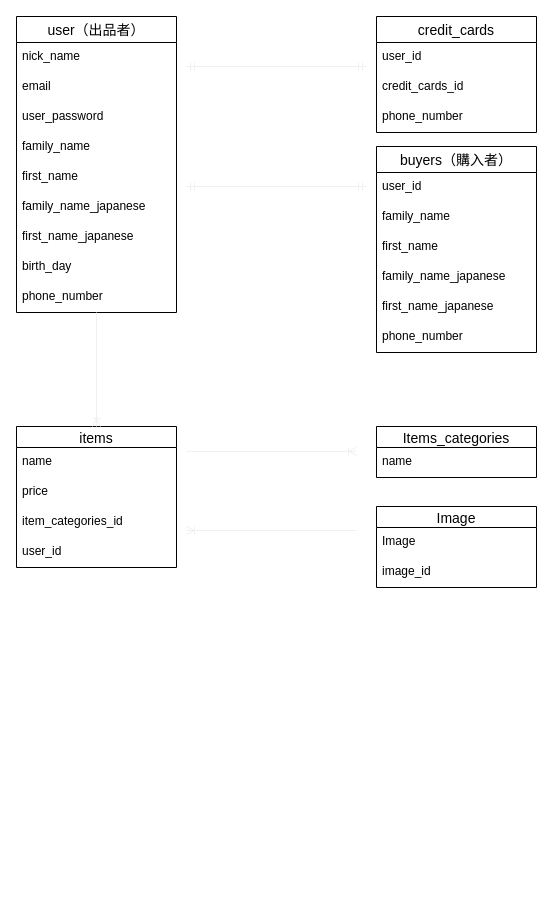
The draw.io diagram test.dio in InuiRyoutaro/furima-34280, before the edit. Source tidied: cells renumbered, new cells numbered last; positions are measured from the earlier drawing's top-left corner, leaving out a move shared by most shapes. Both pictures are drawn from the tidied source at 100%, with x=0, y=0 at pixel (16, 16).
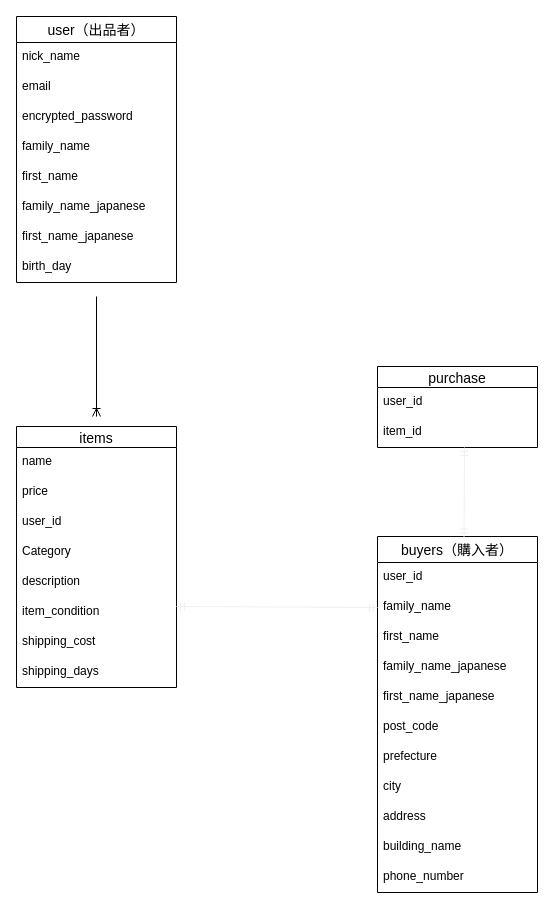
The same page after the edit.

Commit message (it also covers changes not shown here):
ER図及びREADME修正

The change refers to these unchanged cells:
```xml
<mxCell id="24" value="family_name" style="text;strokeColor=none;fillColor=none;spacingLeft=4;spacingRight=4;overflow=hidden;points=[[0,0.5],[1,0.5]];portConstraint=eastwest;fontSize=12;" parent="22" vertex="1">
  <mxGeometry y="56" width="160" height="30" as="geometry" />
</mxCell>
```

Change to the diagram source:
```diff
@@
-    <mxCell id="2" value="credit_cards" style="swimlane;fontStyle=0;horizontal=1;startSize=26;align=center;fontSize=14;" parent="1" vertex="1">
-      <mxGeometry x="360" width="160" height="116" as="geometry" />
-    </mxCell>
-    <mxCell id="3" value="user_id " style="text;strokeColor=none;fillColor=none;spacingLeft=4;spacingRight=4;overflow=hidden;fontSize=12;" parent="2" vertex="1">
-      <mxGeometry y="26" width="160" height="30" as="geometry" />
-    </mxCell>
-    <mxCell id="4" value="credit_cards_id" style="text;strokeColor=none;fillColor=none;spacingLeft=4;spacingRight=4;overflow=hidden;fontSize=12;" parent="2" vertex="1">
-      <mxGeometry y="56" width="160" height="30" as="geometry" />
-    </mxCell>
-    <mxCell id="5" value="phone_number " style="text;strokeColor=none;fillColor=none;spacingLeft=4;spacingRight=4;overflow=hidden;fontSize=12;" parent="2" vertex="1">
-      <mxGeometry y="86" width="160" height="30" as="geometry" />
-    </mxCell>
     <mxCell id="6" value="user（出品者）" style="swimlane;fontStyle=0;horizontal=1;startSize=26;align=center;fontSize=14;" parent="1" vertex="1">
-      <mxGeometry width="160" height="296" as="geometry" />
+      <mxGeometry width="160" height="266" as="geometry" />
     </mxCell>
@@
-    <mxCell id="9" value="user_password" style="text;strokeColor=none;fillColor=none;spacingLeft=4;spacingRight=4;overflow=hidden;fontSize=12;" parent="6" vertex="1">
+    <mxCell id="9" value="encrypted_password" style="text;strokeColor=none;fillColor=none;spacingLeft=4;spacingRight=4;overflow=hidden;fontSize=12;" parent="6" vertex="1">
       <mxGeometry y="86" width="160" height="30" as="geometry" />
     </mxCell>
@@
-    <mxCell id="15" value="phone_number" style="text;strokeColor=none;fillColor=none;spacingLeft=4;spacingRight=4;overflow=hidden;fontSize=12;" parent="6" vertex="1">
-      <mxGeometry y="266" width="160" height="30" as="geometry" />
-    </mxCell>
@@
     <mxCell id="17" value="items" style="swimlane;fontStyle=0;horizontal=1;startSize=21;align=center;fontSize=14;" parent="1" vertex="1">
-      <mxGeometry y="410" width="160" height="141" as="geometry" />
+      <mxGeometry y="410" width="160" height="261" as="geometry" />
     </mxCell>
@@
-    <mxCell id="20" value="item_categories_id " style="text;strokeColor=none;fillColor=none;spacingLeft=4;spacingRight=4;overflow=hidden;fontSize=12;" parent="17" vertex="1">
-      <mxGeometry y="81" width="160" height="30" as="geometry" />
-    </mxCell>
     <mxCell id="21" value="user_id &#10;" style="text;strokeColor=none;fillColor=none;spacingLeft=4;spacingRight=4;overflow=hidden;fontSize=12;" parent="17" vertex="1">
-      <mxGeometry y="111" width="160" height="30" as="geometry" />
+      <mxGeometry y="81" width="160" height="30" as="geometry" />
     </mxCell>
+    <mxCell id="39" value="Category" style="text;strokeColor=none;fillColor=none;spacingLeft=4;spacingRight=4;overflow=hidden;fontSize=12;" parent="17" vertex="1">
+      <mxGeometry y="111" width="160" height="30" as="geometry" />
+    </mxCell>
+    <mxCell id="40" value="description" style="text;strokeColor=none;fillColor=none;spacingLeft=4;spacingRight=4;overflow=hidden;fontSize=12;" parent="17" vertex="1">
+      <mxGeometry y="141" width="160" height="30" as="geometry" />
+    </mxCell>
+    <mxCell id="41" value="item_condition" style="text;strokeColor=none;fillColor=none;spacingLeft=4;spacingRight=4;overflow=hidden;fontSize=12;" parent="17" vertex="1">
+      <mxGeometry y="171" width="160" height="30" as="geometry" />
+    </mxCell>
+    <mxCell id="42" value="shipping_cost " style="text;strokeColor=none;fillColor=none;spacingLeft=4;spacingRight=4;overflow=hidden;fontSize=12;" parent="17" vertex="1">
+      <mxGeometry y="201" width="160" height="30" as="geometry" />
+    </mxCell>
+    <mxCell id="43" value="shipping_days" style="text;strokeColor=none;fillColor=none;spacingLeft=4;spacingRight=4;overflow=hidden;fontSize=12;" parent="17" vertex="1">
+      <mxGeometry y="231" width="160" height="30" as="geometry" />
+    </mxCell>
     <mxCell id="22" value="buyers（購入者）" style="swimlane;fontStyle=0;horizontal=1;startSize=26;align=center;fontSize=14;" parent="1" vertex="1">
-      <mxGeometry x="360" y="130" width="160" height="206" as="geometry" />
+      <mxGeometry x="361" y="520" width="160" height="356" as="geometry" />
     </mxCell>
@@
-    <mxCell id="28" value="phone_number" style="text;strokeColor=none;fillColor=none;spacingLeft=4;spacingRight=4;overflow=hidden;fontSize=12;" parent="22" vertex="1">
+    <mxCell id="28" value="post_code" style="text;strokeColor=none;fillColor=none;spacingLeft=4;spacingRight=4;overflow=hidden;fontSize=12;" parent="22" vertex="1">
       <mxGeometry y="176" width="160" height="30" as="geometry" />
     </mxCell>
+    <mxCell id="44" value="prefecture" style="text;strokeColor=none;fillColor=none;spacingLeft=4;spacingRight=4;overflow=hidden;fontSize=12;" parent="22" vertex="1">
+      <mxGeometry y="206" width="160" height="30" as="geometry" />
+    </mxCell>
+    <mxCell id="45" value="city&#10;&#10;" style="text;strokeColor=none;fillColor=none;spacingLeft=4;spacingRight=4;overflow=hidden;fontSize=12;" parent="22" vertex="1">
+      <mxGeometry y="236" width="160" height="30" as="geometry" />
+    </mxCell>
+    <mxCell id="46" value="address" style="text;strokeColor=none;fillColor=none;spacingLeft=4;spacingRight=4;overflow=hidden;fontSize=12;" parent="22" vertex="1">
+      <mxGeometry y="266" width="160" height="30" as="geometry" />
+    </mxCell>
+    <mxCell id="47" value="building_name&#10;" style="text;strokeColor=none;fillColor=none;spacingLeft=4;spacingRight=4;overflow=hidden;fontSize=12;" parent="22" vertex="1">
+      <mxGeometry y="296" width="160" height="30" as="geometry" />
+    </mxCell>
+    <mxCell id="15" value="phone_number" style="text;strokeColor=none;fillColor=none;spacingLeft=4;spacingRight=4;overflow=hidden;fontSize=12;" parent="22" vertex="1">
+      <mxGeometry y="326" width="160" height="30" as="geometry" />
+    </mxCell>
-    <mxCell id="29" value="Items_categories " style="swimlane;fontStyle=0;horizontal=1;startSize=21;align=center;fontSize=14;" parent="1" vertex="1">
-      <mxGeometry x="360" y="410" width="160" height="51" as="geometry" />
+    <mxCell id="29" value="purchase" style="swimlane;fontStyle=0;horizontal=1;startSize=21;align=center;fontSize=14;" parent="1" vertex="1">
+      <mxGeometry x="361" y="350" width="160" height="81" as="geometry" />
     </mxCell>
-    <mxCell id="30" value="name " style="text;strokeColor=none;fillColor=none;spacingLeft=4;spacingRight=4;overflow=hidden;fontSize=12;" parent="29" vertex="1">
+    <mxCell id="30" value="user_id" style="text;strokeColor=none;fillColor=none;spacingLeft=4;spacingRight=4;overflow=hidden;fontSize=12;" parent="29" vertex="1">
       <mxGeometry y="21" width="160" height="30" as="geometry" />
     </mxCell>
-    <mxCell id="31" value="Image" style="swimlane;fontStyle=0;horizontal=1;startSize=21;align=center;fontSize=14;" parent="1" vertex="1">
-      <mxGeometry x="360" y="490" width="160" height="81" as="geometry" />
-    </mxCell>
-    <mxCell id="32" value="Image" style="text;strokeColor=none;fillColor=none;spacingLeft=4;spacingRight=4;overflow=hidden;fontSize=12;" parent="31" vertex="1">
-      <mxGeometry y="21" width="160" height="30" as="geometry" />
-    </mxCell>
-    <mxCell id="33" value="image_id " style="text;strokeColor=none;fillColor=none;spacingLeft=4;spacingRight=4;overflow=hidden;fontSize=12;" parent="31" vertex="1">
-      <mxGeometry y="51" width="160" height="30" as="geometry" />
-    </mxCell>
-    <mxCell id="34" style="fontSize=12;html=1;endArrow=ERoneToMany;strokeColor=#f0f0f0;entryX=0.5;entryY=0;entryDx=0;entryDy=0;" parent="1" edge="1" target="17">
-      <mxGeometry relative="1" as="geometry">
-        <mxPoint x="80" y="296" as="sourcePoint" />
-      </mxGeometry>
-    </mxCell>
-    <mxCell id="35" style="fontSize=12;html=1;endArrow=ERoneToMany;strokeColor=#f0f0f0;" parent="1" edge="1">
-      <mxGeometry relative="1" as="geometry">
-        <mxPoint x="170" y="434.9" as="sourcePoint" />
-        <mxPoint x="340" y="434.9" as="targetPoint" />
-      </mxGeometry>
-    </mxCell>
-    <mxCell id="36" style="fontSize=12;html=1;endArrow=ERoneToMany;strokeColor=#f0f0f0;" parent="1" edge="1">
-      <mxGeometry relative="1" as="geometry">
-        <mxPoint x="340" y="514" as="sourcePoint" />
-        <mxPoint x="170" y="514" as="targetPoint" />
-      </mxGeometry>
-    </mxCell>
-    <mxCell id="37" style="fontSize=12;html=1;endArrow=ERmandOne;startArrow=ERmandOne;strokeColor=#f0f0f0;" parent="1" edge="1">
-      <mxGeometry relative="1" as="geometry">
-        <mxPoint x="170" y="50" as="sourcePoint" />
-        <mxPoint x="350" y="50" as="targetPoint" />
-      </mxGeometry>
-    </mxCell>
-    <mxCell id="38" style="fontSize=12;html=1;endArrow=ERmandOne;startArrow=ERmandOne;strokeColor=#f0f0f0;" parent="1" edge="1">
-      <mxGeometry relative="1" as="geometry">
-        <mxPoint x="170" y="170" as="sourcePoint" />
-        <mxPoint x="350" y="170" as="targetPoint" />
-      </mxGeometry>
-    </mxCell>
+    <mxCell id="48" value="item_id" style="text;strokeColor=none;fillColor=none;spacingLeft=4;spacingRight=4;overflow=hidden;fontSize=12;" parent="29" vertex="1">
+      <mxGeometry y="51" width="160" height="30" as="geometry" />
+    </mxCell>
+    <mxCell id="49" style="fontSize=12;html=1;endArrow=ERoneToMany;" parent="1" edge="1">
+      <mxGeometry relative="1" as="geometry">
+        <mxPoint x="80" y="280" as="sourcePoint" />
+        <mxPoint x="80" y="400" as="targetPoint" />
+      </mxGeometry>
+    </mxCell>
+    <mxCell id="50" style="fontSize=12;html=1;endArrow=ERmandOne;startArrow=ERmandOne;strokeColor=#f0f0f0;entryX=0;entryY=0.5;entryDx=0;entryDy=0;" parent="1" edge="1" target="24">
+      <mxGeometry relative="1" as="geometry">
+        <mxPoint x="160" y="590" as="sourcePoint" />
+      </mxGeometry>
+    </mxCell>
+    <mxCell id="51" style="fontSize=12;html=1;endArrow=ERmandOne;startArrow=ERmandOne;strokeColor=#f0f0f0;exitX=0.541;exitY=0.001;exitDx=0;exitDy=0;exitPerimeter=0;" parent="1" edge="1" source="22">
+      <mxGeometry relative="1" as="geometry">
+        <mxPoint x="448" y="431" as="targetPoint" />
+      </mxGeometry>
+    </mxCell>
```
